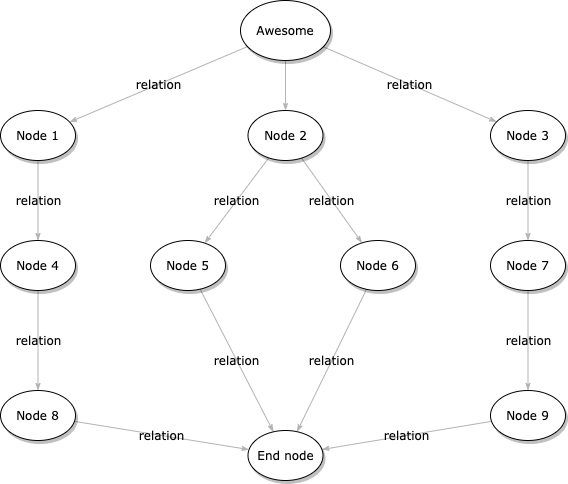
Earlier version of the draw.io export TestDiagram.png (mrrichardson52/Senior-Design). Source tidied: cells renumbered, new cells last; positions are measured from the earlier drawing's top-left corner, leaving out a move shared by most shapes.
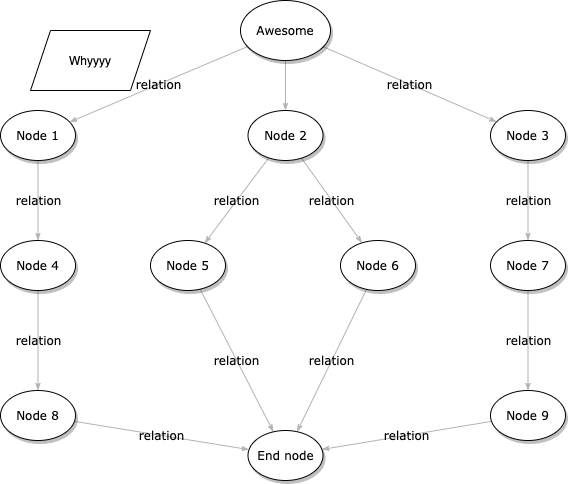
The same diagram one commit later.

Change to the diagram source:
```diff
@@ -74,5 +74,8 @@
     <mxCell id="25" value="&lt;span&gt;Node 8&lt;/span&gt;" style="ellipse;whiteSpace=wrap;html=1;rounded=0;shadow=1;comic=0;labelBackgroundColor=none;strokeWidth=1;fontFamily=Verdana;fontSize=12;align=center;" parent="1" vertex="1">
       <mxGeometry y="390" width="75" height="50" as="geometry" />
     </mxCell>
+    <mxCell id="26" value="Whyyyy" style="shape=parallelogram;perimeter=parallelogramPerimeter;whiteSpace=wrap;html=1;fixedSize=1;" parent="1" vertex="1">
+      <mxGeometry x="30" y="30" width="120" height="60" as="geometry" />
+    </mxCell>
   </root>
 </mxGraphModel>
```
